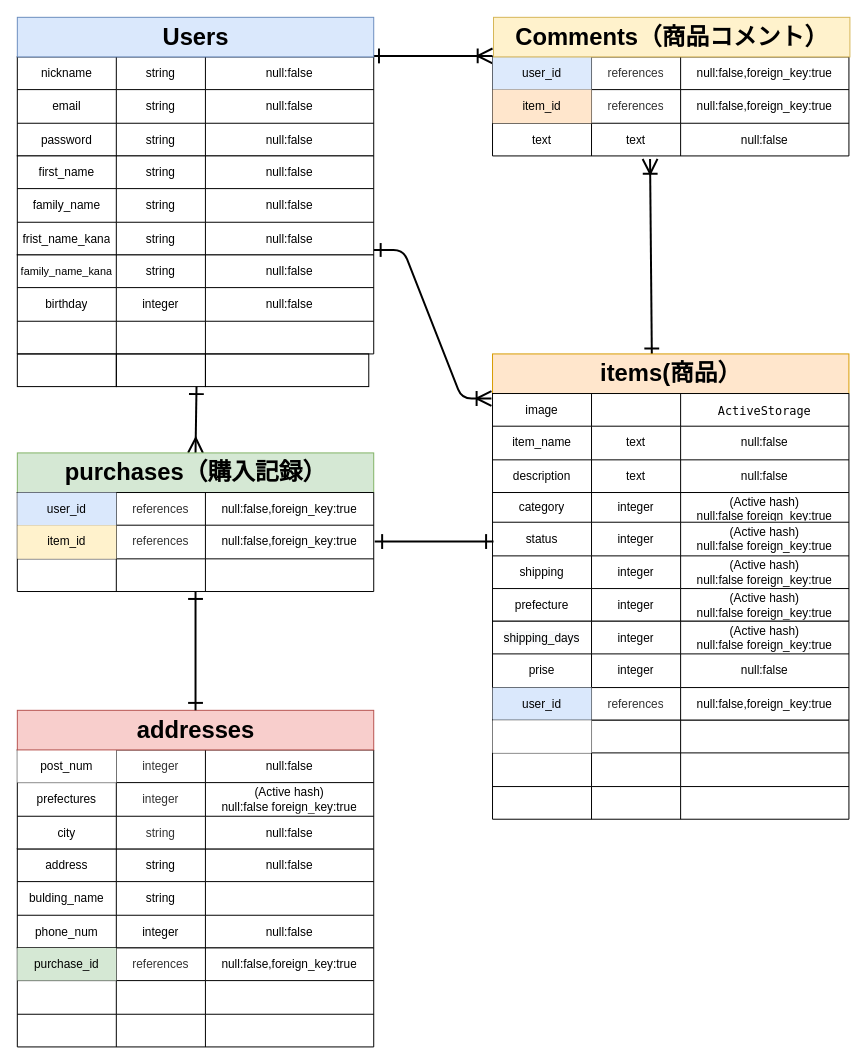
Before: ER.dio in tktm515/furima-34463, a draw.io diagram. Source tidied: cells renumbered, new cells numbered last; positions are measured from the earlier drawing's top-left corner, leaving out a move shared by most shapes. Both pictures are drawn from the tidied source at 99%, with x=0, y=0 at pixel (17, 17).
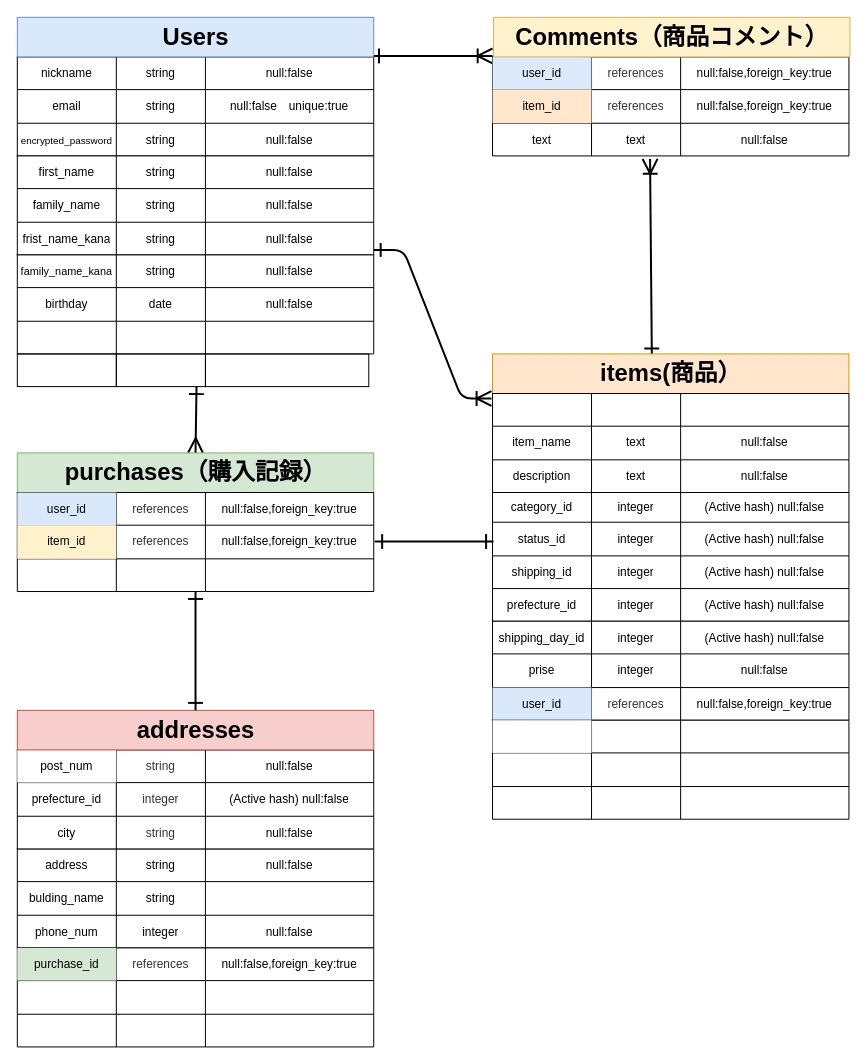
After the change.

Unchanged cells that the change refers to:
```xml
<mxCell id="12" style="shape=partialRectangle;html=1;whiteSpace=wrap;fillColor=none;top=0;left=0;bottom=0;right=0;" parent="7" vertex="1">
  <mxGeometry y="33" width="360" height="34" as="geometry" />
</mxCell>
<mxCell id="16" style="shape=partialRectangle;html=1;whiteSpace=wrap;fillColor=none;top=0;left=0;bottom=0;right=0;" parent="7" vertex="1">
  <mxGeometry y="67" width="360" height="33" as="geometry" />
</mxCell>
<mxCell id="38" style="shape=partialRectangle;html=1;whiteSpace=wrap;fillColor=none;top=0;left=0;bottom=0;right=0;" parent="33" vertex="1">
  <mxGeometry y="33" width="360" height="34" as="geometry" />
</mxCell>
<mxCell id="77" style="shape=partialRectangle;html=1;whiteSpace=wrap;fillColor=none;top=0;left=0;bottom=0;right=0;points=[[0,0.5],[1,0.5]];portConstraint=eastwest;" parent="76" vertex="1">
  <mxGeometry width="360" height="33" as="geometry" />
</mxCell>
<mxCell id="103" style="shape=partialRectangle;html=1;whiteSpace=wrap;fillColor=none;top=0;left=0;bottom=0;right=0;" parent="102" vertex="1">
  <mxGeometry width="360" height="30" as="geometry" />
</mxCell>
<mxCell id="107" style="shape=partialRectangle;html=1;whiteSpace=wrap;fillColor=none;top=0;left=0;bottom=0;right=0;" parent="102" vertex="1">
  <mxGeometry y="30" width="360" height="34" as="geometry" />
</mxCell>
<mxCell id="111" style="shape=partialRectangle;html=1;whiteSpace=wrap;fillColor=none;top=0;left=0;bottom=0;right=0;" parent="102" vertex="1">
  <mxGeometry y="64" width="360" height="33" as="geometry" />
</mxCell>
<mxCell id="115" style="shape=partialRectangle;html=1;whiteSpace=wrap;fillColor=none;top=0;left=0;bottom=0;right=0;" parent="102" vertex="1">
  <mxGeometry y="97" width="360" height="33" as="geometry" />
</mxCell>
<mxCell id="120" style="shape=partialRectangle;html=1;whiteSpace=wrap;fillColor=none;top=0;left=0;bottom=0;right=0;" parent="119" vertex="1">
  <mxGeometry width="360" height="33" as="geometry" />
</mxCell>
<mxCell id="146" style="shape=partialRectangle;html=1;whiteSpace=wrap;fillColor=none;top=0;left=0;bottom=0;right=0;" parent="145" vertex="1">
  <mxGeometry width="360" height="33" as="geometry" />
</mxCell>
<mxCell id="150" style="shape=partialRectangle;html=1;whiteSpace=wrap;fillColor=none;top=0;left=0;bottom=0;right=0;" parent="145" vertex="1">
  <mxGeometry y="33" width="360" height="34" as="geometry" />
</mxCell>
```

Change to the diagram source:
```diff
@@
-    <mxCell id="15" value="null:false" style="shape=partialRectangle;html=1;whiteSpace=wrap;fillColor=none;top=0;left=0;bottom=0;right=0;overflow=hidden;" parent="12" vertex="1">
+    <mxCell id="15" value="null:false　unique:true" style="shape=partialRectangle;html=1;whiteSpace=wrap;fillColor=none;top=0;left=0;bottom=0;right=0;overflow=hidden;" parent="12" vertex="1">
       <mxGeometry x="190" width="170" height="34" as="geometry" />
     </mxCell>
@@
-    <mxCell id="17" value="password" style="shape=partialRectangle;html=1;whiteSpace=wrap;fillColor=none;top=0;left=0;bottom=0;right=0;overflow=hidden;" parent="16" vertex="1">
+    <mxCell id="17" value="&lt;font style=&quot;font-size: 10px&quot;&gt;encrypted_password&lt;/font&gt;" style="shape=partialRectangle;html=1;whiteSpace=wrap;fillColor=none;top=0;left=0;bottom=0;right=0;overflow=hidden;" parent="16" vertex="1">
       <mxGeometry width="100" height="33" as="geometry" />
     </mxCell>
@@
-    <mxCell id="40" value="integer" style="shape=partialRectangle;html=1;whiteSpace=wrap;fillColor=none;top=0;left=0;bottom=0;right=0;overflow=hidden;" parent="38" vertex="1">
+    <mxCell id="40" value="date" style="shape=partialRectangle;html=1;whiteSpace=wrap;fillColor=none;top=0;left=0;bottom=0;right=0;overflow=hidden;" parent="38" vertex="1">
       <mxGeometry x="100" width="90" height="34" as="geometry" />
     </mxCell>
@@
-    <mxCell id="78" value="image" style="shape=partialRectangle;html=1;whiteSpace=wrap;fillColor=none;top=0;left=0;bottom=0;right=0;overflow=hidden;" parent="77" vertex="1">
+    <mxCell id="78" style="shape=partialRectangle;html=1;whiteSpace=wrap;fillColor=none;top=0;left=0;bottom=0;right=0;overflow=hidden;" parent="77" vertex="1">
       <mxGeometry width="100" height="33" as="geometry" />
     </mxCell>
@@
-    <mxCell id="80" value="&lt;div style=&quot;font-family: &amp;#34;menlo&amp;#34; , &amp;#34;monaco&amp;#34; , &amp;#34;courier new&amp;#34; , monospace ; line-height: 18px&quot;&gt;&lt;span style=&quot;background-color: rgb(255 , 255 , 255)&quot;&gt;ActiveStorage&lt;/span&gt;&lt;/div&gt;" style="shape=partialRectangle;html=1;whiteSpace=wrap;fillColor=none;top=0;left=0;bottom=0;right=0;overflow=hidden;" parent="77" vertex="1">
+    <mxCell id="80" value="&lt;div style=&quot;font-family: &amp;#34;menlo&amp;#34; , &amp;#34;monaco&amp;#34; , &amp;#34;courier new&amp;#34; , monospace ; line-height: 18px&quot;&gt;&lt;br&gt;&lt;/div&gt;" style="shape=partialRectangle;html=1;whiteSpace=wrap;fillColor=none;top=0;left=0;bottom=0;right=0;overflow=hidden;" parent="77" vertex="1">
       <mxGeometry x="190" width="170" height="33" as="geometry" />
     </mxCell>
@@
-    <mxCell id="104" value="category" style="shape=partialRectangle;html=1;whiteSpace=wrap;fillColor=none;top=0;left=0;bottom=0;right=0;overflow=hidden;" parent="103" vertex="1">
+    <mxCell id="104" value="category_id" style="shape=partialRectangle;html=1;whiteSpace=wrap;fillColor=none;top=0;left=0;bottom=0;right=0;overflow=hidden;" parent="103" vertex="1">
       <mxGeometry width="100" height="30" as="geometry" />
     </mxCell>
@@
-    <mxCell id="106" value="&lt;span&gt;(Active hash)&lt;br&gt;null:false&amp;nbsp;&lt;/span&gt;foreign_key:true" style="shape=partialRectangle;html=1;whiteSpace=wrap;fillColor=none;top=0;left=0;bottom=0;right=0;overflow=hidden;" parent="103" vertex="1">
+    <mxCell id="106" value="(Active hash)&amp;nbsp;null:false" style="shape=partialRectangle;html=1;whiteSpace=wrap;fillColor=none;top=0;left=0;bottom=0;right=0;overflow=hidden;" parent="103" vertex="1">
       <mxGeometry x="190" width="170" height="30" as="geometry" />
     </mxCell>
@@
-    <mxCell id="108" value="status" style="shape=partialRectangle;html=1;whiteSpace=wrap;fillColor=none;top=0;left=0;bottom=0;right=0;overflow=hidden;" parent="107" vertex="1">
+    <mxCell id="108" value="status_id" style="shape=partialRectangle;html=1;whiteSpace=wrap;fillColor=none;top=0;left=0;bottom=0;right=0;overflow=hidden;" parent="107" vertex="1">
       <mxGeometry width="100" height="34" as="geometry" />
     </mxCell>
@@
-    <mxCell id="110" value="(Active hash)&lt;br&gt;null:false&amp;nbsp;foreign_key:true" style="shape=partialRectangle;html=1;whiteSpace=wrap;fillColor=none;top=0;left=0;bottom=0;right=0;overflow=hidden;" parent="107" vertex="1">
+    <mxCell id="110" value="(Active hash)&amp;nbsp;null:false" style="shape=partialRectangle;html=1;whiteSpace=wrap;fillColor=none;top=0;left=0;bottom=0;right=0;overflow=hidden;" parent="107" vertex="1">
       <mxGeometry x="190" width="170" height="34" as="geometry" />
     </mxCell>
@@
-    <mxCell id="112" value="shipping" style="shape=partialRectangle;html=1;whiteSpace=wrap;fillColor=none;top=0;left=0;bottom=0;right=0;overflow=hidden;" parent="111" vertex="1">
+    <mxCell id="112" value="shipping_id" style="shape=partialRectangle;html=1;whiteSpace=wrap;fillColor=none;top=0;left=0;bottom=0;right=0;overflow=hidden;" parent="111" vertex="1">
       <mxGeometry width="100" height="33" as="geometry" />
     </mxCell>
@@
-    <mxCell id="114" value="(Active hash)&lt;br&gt;null:false&amp;nbsp;foreign_key:true" style="shape=partialRectangle;html=1;whiteSpace=wrap;fillColor=none;top=0;left=0;bottom=0;right=0;overflow=hidden;" parent="111" vertex="1">
+    <mxCell id="114" value="(Active hash)&amp;nbsp;null:false" style="shape=partialRectangle;html=1;whiteSpace=wrap;fillColor=none;top=0;left=0;bottom=0;right=0;overflow=hidden;" parent="111" vertex="1">
       <mxGeometry x="190" width="170" height="33" as="geometry" />
     </mxCell>
@@
-    <mxCell id="116" value="&lt;span&gt;prefecture&lt;/span&gt;" style="shape=partialRectangle;html=1;whiteSpace=wrap;fillColor=none;top=0;left=0;bottom=0;right=0;overflow=hidden;" parent="115" vertex="1">
+    <mxCell id="116" value="&lt;span&gt;prefecture_id&lt;/span&gt;" style="shape=partialRectangle;html=1;whiteSpace=wrap;fillColor=none;top=0;left=0;bottom=0;right=0;overflow=hidden;" parent="115" vertex="1">
       <mxGeometry width="100" height="33" as="geometry" />
     </mxCell>
@@
-    <mxCell id="118" value="(Active hash)&lt;br&gt;null:false&amp;nbsp;foreign_key:true" style="shape=partialRectangle;html=1;whiteSpace=wrap;fillColor=none;top=0;left=0;bottom=0;right=0;overflow=hidden;" parent="115" vertex="1">
+    <mxCell id="118" value="(Active hash)&amp;nbsp;null:false" style="shape=partialRectangle;html=1;whiteSpace=wrap;fillColor=none;top=0;left=0;bottom=0;right=0;overflow=hidden;" parent="115" vertex="1">
       <mxGeometry x="190" width="170" height="33" as="geometry" />
     </mxCell>
@@
-    <mxCell id="121" value="&lt;span style=&quot;color: rgb(0, 0, 0); font-family: helvetica; font-size: 12px; font-style: normal; font-weight: 400; letter-spacing: normal; text-align: center; text-indent: 0px; text-transform: none; word-spacing: 0px; background-color: rgb(248, 249, 250); display: inline; float: none;&quot;&gt;shipping_days&lt;/span&gt;" style="shape=partialRectangle;html=1;whiteSpace=wrap;fillColor=none;top=0;left=0;bottom=0;right=0;overflow=hidden;" parent="120" vertex="1">
+    <mxCell id="121" value="&lt;span style=&quot;color: rgb(0 , 0 , 0) ; font-family: &amp;#34;helvetica&amp;#34; ; font-size: 12px ; font-style: normal ; font-weight: 400 ; letter-spacing: normal ; text-align: center ; text-indent: 0px ; text-transform: none ; word-spacing: 0px ; background-color: rgb(248 , 249 , 250) ; display: inline ; float: none&quot;&gt;shipping_day_id&lt;/span&gt;" style="shape=partialRectangle;html=1;whiteSpace=wrap;fillColor=none;top=0;left=0;bottom=0;right=0;overflow=hidden;" parent="120" vertex="1">
       <mxGeometry width="100" height="33" as="geometry" />
     </mxCell>
@@
-    <mxCell id="123" value="(Active hash)&lt;br&gt;null:false&amp;nbsp;foreign_key:true" style="shape=partialRectangle;html=1;whiteSpace=wrap;fillColor=none;top=0;left=0;bottom=0;right=0;overflow=hidden;" parent="120" vertex="1">
+    <mxCell id="123" value="(Active hash)&amp;nbsp;null:false" style="shape=partialRectangle;html=1;whiteSpace=wrap;fillColor=none;top=0;left=0;bottom=0;right=0;overflow=hidden;" parent="120" vertex="1">
       <mxGeometry x="190" width="170" height="33" as="geometry" />
     </mxCell>
@@
-    <mxCell id="148" value="&lt;span style=&quot;color: rgb(51 , 51 , 51) ; text-align: left ; background-color: rgb(255 , 255 , 255)&quot;&gt;integer&lt;/span&gt;" style="shape=partialRectangle;html=1;whiteSpace=wrap;fillColor=none;top=0;left=0;bottom=0;right=0;overflow=hidden;" parent="146" vertex="1">
+    <mxCell id="148" value="&lt;span style=&quot;color: rgb(51 , 51 , 51) ; text-align: left ; background-color: rgb(255 , 255 , 255)&quot;&gt;string&lt;/span&gt;" style="shape=partialRectangle;html=1;whiteSpace=wrap;fillColor=none;top=0;left=0;bottom=0;right=0;overflow=hidden;" parent="146" vertex="1">
       <mxGeometry x="100" width="90" height="33" as="geometry" />
     </mxCell>
@@
-    <mxCell id="151" value="prefectures" style="shape=partialRectangle;html=1;whiteSpace=wrap;fillColor=none;top=0;left=0;bottom=0;right=0;overflow=hidden;" parent="150" vertex="1">
+    <mxCell id="151" value="prefecture_id" style="shape=partialRectangle;html=1;whiteSpace=wrap;fillColor=none;top=0;left=0;bottom=0;right=0;overflow=hidden;" parent="150" vertex="1">
       <mxGeometry width="100" height="34" as="geometry" />
     </mxCell>
@@
-    <mxCell id="153" value="&lt;div style=&quot;text-align: left&quot;&gt;&lt;span style=&quot;text-align: center&quot;&gt;&amp;nbsp; &amp;nbsp; &amp;nbsp; &amp;nbsp; &amp;nbsp; (Active hash)&lt;/span&gt;&lt;br style=&quot;text-align: center&quot;&gt;&lt;span style=&quot;text-align: center&quot;&gt;null:false&amp;nbsp;foreign_key:true&lt;/span&gt;&lt;br&gt;&lt;/div&gt;" style="shape=partialRectangle;html=1;whiteSpace=wrap;fillColor=none;top=0;left=0;bottom=0;right=0;overflow=hidden;" parent="150" vertex="1">
+    <mxCell id="153" value="&lt;div style=&quot;text-align: left&quot;&gt;&lt;span style=&quot;text-align: center&quot;&gt;(Active hash)&amp;nbsp;&lt;/span&gt;&lt;span style=&quot;text-align: center&quot;&gt;null:false&lt;/span&gt;&lt;br&gt;&lt;/div&gt;" style="shape=partialRectangle;html=1;whiteSpace=wrap;fillColor=none;top=0;left=0;bottom=0;right=0;overflow=hidden;" parent="150" vertex="1">
       <mxGeometry x="190" width="170" height="34" as="geometry" />
     </mxCell>
```
